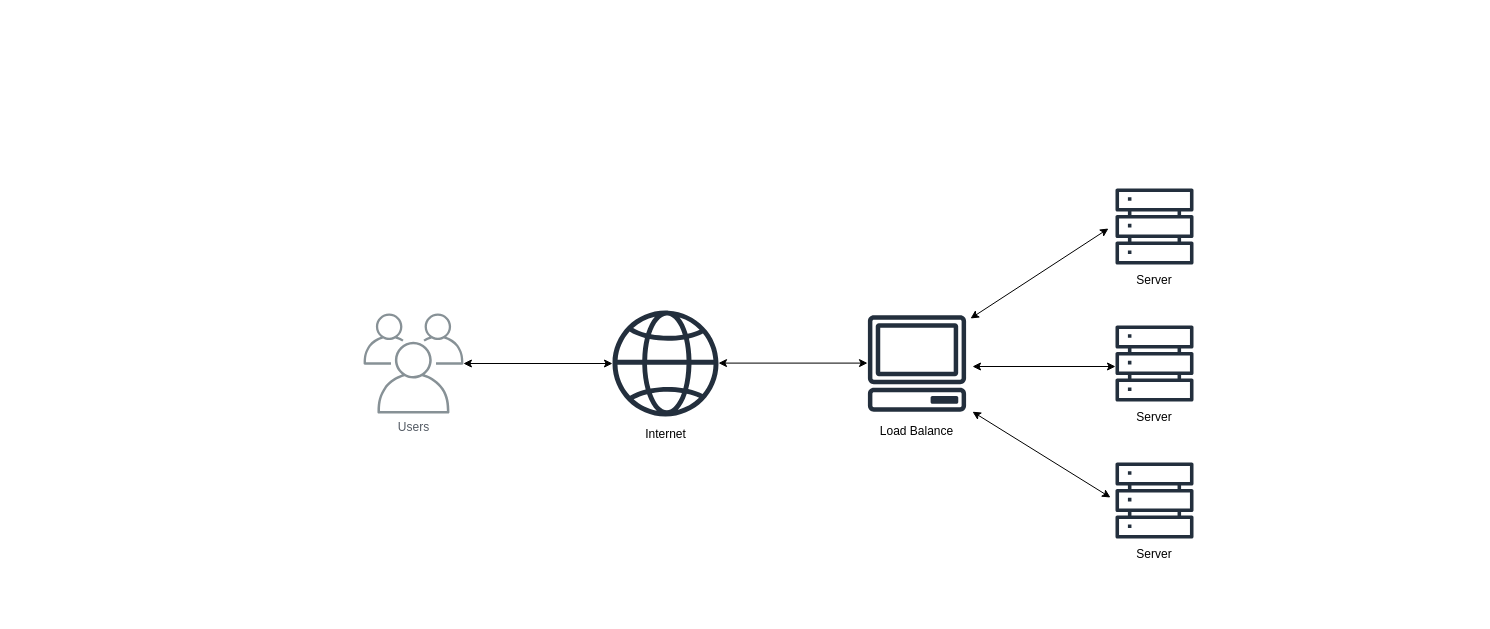
duy12i1i7/draw.io keeps this draw.io diagram as sis.drawio. Above is the earlier version. Source tidied: cells renumbered, new cells numbered last; positions are measured from the earlier drawing's top-left corner, leaving out a move shared by most shapes. Both pictures are drawn from the tidied source at 100%, with x=0, y=0 at pixel (363, 187).
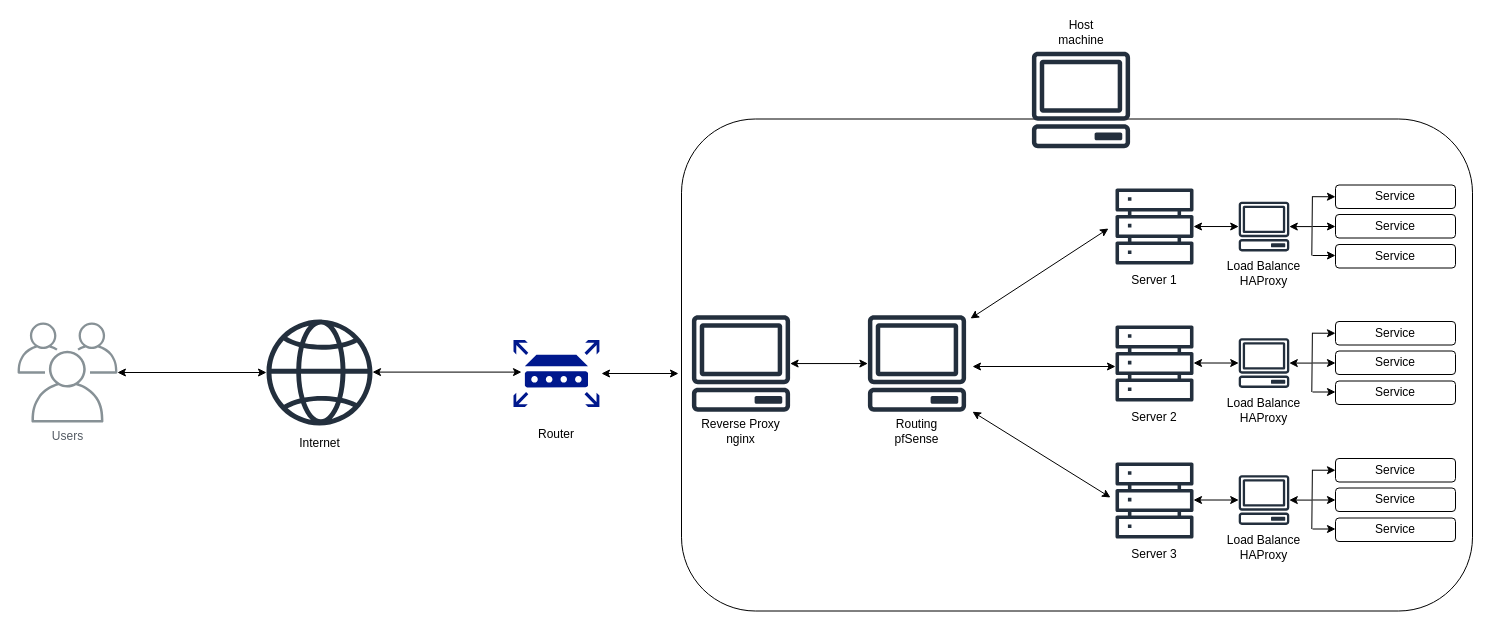
The same page after the edit.

Commit message:
Cập nhật sis.drawio

Unchanged cells that the change refers to:
```xml
<mxCell id="4" style="sketch=0;outlineConnect=0;fontColor=#232F3E;gradientColor=none;fillColor=#232F3D;strokeColor=none;dashed=0;verticalLabelPosition=bottom;verticalAlign=top;align=center;html=1;fontSize=12;fontStyle=0;shape=mxgraph.aws4.client;" parent="1" vertex="1">
  <mxGeometry x="504" y="127.8" width="99" height="96.5" as="geometry" />
</mxCell>
<mxCell id="5" style="sketch=0;outlineConnect=0;fontColor=#232F3E;gradientColor=none;fillColor=#232F3D;strokeColor=none;dashed=0;verticalLabelPosition=bottom;verticalAlign=top;align=center;html=1;fontSize=12;fontStyle=0;shape=mxgraph.aws4.servers;" parent="1" vertex="1">
  <mxGeometry x="752" width="78" height="78" as="geometry" />
</mxCell>
```

Diff of the diagram source:
```diff
@@
+    <mxCell id="18" style="rounded=1;whiteSpace=wrap;html=1;" parent="1" vertex="1">
+      <mxGeometry x="318" y="-68.5" width="791" height="492" as="geometry" />
+    </mxCell>
     <mxCell id="2" value="Users" style="sketch=0;outlineConnect=0;gradientColor=none;fontColor=#545B64;strokeColor=none;fillColor=#879196;dashed=0;verticalLabelPosition=bottom;verticalAlign=top;align=center;html=1;fontSize=12;fontStyle=0;shape=mxgraph.aws4.illustration_users;" parent="1" vertex="1">
-      <mxGeometry y="126" width="100" height="100" as="geometry" />
+      <mxGeometry x="-346" y="135" width="100" height="100" as="geometry" />
     </mxCell>
     <mxCell id="3" style="sketch=0;outlineConnect=0;fontColor=#232F3E;gradientColor=none;fillColor=#232F3D;strokeColor=none;dashed=0;verticalLabelPosition=bottom;verticalAlign=top;align=center;html=1;fontSize=12;fontStyle=0;shape=mxgraph.aws4.globe;" parent="1" vertex="1">
-      <mxGeometry x="249" y="123" width="106" height="106" as="geometry" />
+      <mxGeometry x="-97" y="132" width="106" height="106" as="geometry" />
     </mxCell>
@@
-    <mxCell id="8" value="Server" style="text;html=1;align=center;verticalAlign=middle;whiteSpace=wrap;rounded=0;" parent="1" vertex="1">
+    <mxCell id="8" value="Server 1" style="text;html=1;align=center;verticalAlign=middle;whiteSpace=wrap;rounded=0;" parent="1" vertex="1">
       <mxGeometry x="761" y="78" width="60" height="30" as="geometry" />
     </mxCell>
-    <mxCell id="9" value="Server" style="text;html=1;align=center;verticalAlign=middle;whiteSpace=wrap;rounded=0;" parent="1" vertex="1">
+    <mxCell id="9" value="Server 2" style="text;html=1;align=center;verticalAlign=middle;whiteSpace=wrap;rounded=0;" parent="1" vertex="1">
       <mxGeometry x="761" y="215" width="60" height="30" as="geometry" />
     </mxCell>
-    <mxCell id="10" value="Server" style="text;html=1;align=center;verticalAlign=middle;whiteSpace=wrap;rounded=0;" parent="1" vertex="1">
+    <mxCell id="10" value="Server 3" style="text;html=1;align=center;verticalAlign=middle;whiteSpace=wrap;rounded=0;" parent="1" vertex="1">
       <mxGeometry x="761" y="352" width="60" height="30" as="geometry" />
     </mxCell>
-    <mxCell id="11" value="Load Balance" style="text;html=1;align=center;verticalAlign=middle;whiteSpace=wrap;rounded=0;" parent="1" vertex="1">
+    <mxCell id="11" value="Routing&lt;div&gt;pfSense&lt;/div&gt;" style="text;html=1;align=center;verticalAlign=middle;whiteSpace=wrap;rounded=0;" parent="1" vertex="1">
       <mxGeometry x="511.2" y="229" width="84.5" height="30" as="geometry" />
     </mxCell>
@@
     <mxCell id="13" style="endArrow=classic;startArrow=classic;html=1;rounded=0;" parent="1" edge="1">
       <mxGeometry relative="1" as="geometry">
-        <mxPoint x="355" y="175.6" as="sourcePoint" />
-        <mxPoint x="504" y="175.6" as="targetPoint" />
+        <mxPoint x="9" y="184.6" as="sourcePoint" />
+        <mxPoint x="158" y="184.6" as="targetPoint" />
       </mxGeometry>
     </mxCell>
@@
     <mxCell id="17" value="Internet" style="text;html=1;align=center;verticalAlign=middle;whiteSpace=wrap;rounded=0;" parent="1" vertex="1">
-      <mxGeometry x="259.8" y="232" width="84.5" height="30" as="geometry" />
+      <mxGeometry x="-86.2" y="241" width="84.5" height="30" as="geometry" />
     </mxCell>
+    <mxCell id="19" style="sketch=0;shadow=0;dashed=0;html=1;strokeColor=none;labelPosition=center;verticalLabelPosition=bottom;verticalAlign=top;align=center;fillColor=#00188D;shape=mxgraph.mscae.enterprise.router;" parent="1" vertex="1">
+      <mxGeometry x="150" y="152.5" width="85.9" height="67" as="geometry" />
+    </mxCell>
+    <mxCell id="20" style="endArrow=classic;startArrow=classic;html=1;rounded=0;" parent="1" edge="1">
+      <mxGeometry relative="1" as="geometry">
+        <mxPoint x="238" y="186" as="sourcePoint" />
+        <mxPoint x="315" y="186" as="targetPoint" />
+      </mxGeometry>
+    </mxCell>
+    <mxCell id="21" value="Router" style="text;html=1;align=center;verticalAlign=middle;whiteSpace=wrap;rounded=0;" parent="1" vertex="1">
+      <mxGeometry x="163" y="232" width="60" height="30" as="geometry" />
+    </mxCell>
+    <mxCell id="22" value="Service" style="rounded=1;whiteSpace=wrap;html=1;" parent="1" vertex="1">
+      <mxGeometry x="972" y="-2.5" width="120" height="23.5" as="geometry" />
+    </mxCell>
+    <mxCell id="23" value="Service" style="rounded=1;whiteSpace=wrap;html=1;" parent="1" vertex="1">
+      <mxGeometry x="972" y="27" width="120" height="23.5" as="geometry" />
+    </mxCell>
+    <mxCell id="24" value="Service" style="rounded=1;whiteSpace=wrap;html=1;" parent="1" vertex="1">
+      <mxGeometry x="972" y="57" width="120" height="23.5" as="geometry" />
+    </mxCell>
+    <mxCell id="25" style="sketch=0;outlineConnect=0;fontColor=#232F3E;gradientColor=none;fillColor=#232F3D;strokeColor=none;dashed=0;verticalLabelPosition=bottom;verticalAlign=top;align=center;html=1;fontSize=12;fontStyle=0;shape=mxgraph.aws4.client;" parent="1" vertex="1">
+      <mxGeometry x="875" y="14.2" width="51" height="49.7" as="geometry" />
+    </mxCell>
+    <mxCell id="26" value="Load Balance&lt;div&gt;HAProxy&lt;/div&gt;" style="text;html=1;align=center;verticalAlign=middle;whiteSpace=wrap;rounded=0;" parent="1" vertex="1">
+      <mxGeometry x="858.2" y="71" width="84.5" height="30" as="geometry" />
+    </mxCell>
+    <mxCell id="27" style="endArrow=classic;startArrow=classic;html=1;rounded=0;" parent="1" edge="1" source="5" target="25">
+      <mxGeometry relative="1" as="geometry" />
+    </mxCell>
+    <mxCell id="28" style="endArrow=classic;html=1;rounded=0;exitX=0.723;exitY=0.183;exitDx=0;exitDy=0;exitPerimeter=0;" parent="1" edge="1" target="25">
+      <mxGeometry relative="1" as="geometry">
+        <mxPoint x="948.3" y="39.1" as="sourcePoint" />
+      </mxGeometry>
+    </mxCell>
+    <mxCell id="29" style="endArrow=classic;html=1;rounded=0;entryX=0;entryY=0.5;entryDx=0;entryDy=0;exitX=0.724;exitY=0.114;exitDx=0;exitDy=0;exitPerimeter=0;" parent="1" edge="1" target="22">
+      <mxGeometry relative="1" as="geometry">
+        <mxPoint x="948.9" y="9.2" as="sourcePoint" />
+      </mxGeometry>
+    </mxCell>
+    <mxCell id="30" style="endArrow=classic;html=1;rounded=0;entryX=0;entryY=0.5;entryDx=0;entryDy=0;exitX=0.724;exitY=0.114;exitDx=0;exitDy=0;exitPerimeter=0;" parent="1" edge="1">
+      <mxGeometry relative="1" as="geometry">
+        <mxPoint x="949" y="39" as="sourcePoint" />
+        <mxPoint x="972" y="39" as="targetPoint" />
+      </mxGeometry>
+    </mxCell>
+    <mxCell id="31" style="endArrow=classic;html=1;rounded=0;entryX=0;entryY=0.5;entryDx=0;entryDy=0;exitX=0.724;exitY=0.114;exitDx=0;exitDy=0;exitPerimeter=0;" parent="1" edge="1">
+      <mxGeometry relative="1" as="geometry">
+        <mxPoint x="949" y="68" as="sourcePoint" />
+        <mxPoint x="972" y="68" as="targetPoint" />
+      </mxGeometry>
+    </mxCell>
+    <mxCell id="32" style="endArrow=none;html=1;rounded=0;entryX=0.724;entryY=0.113;entryDx=0;entryDy=0;entryPerimeter=0;exitX=0.723;exitY=0.25;exitDx=0;exitDy=0;exitPerimeter=0;" parent="1" edge="1">
+      <mxGeometry relative="1" as="geometry">
+        <mxPoint x="948.3" y="68" as="sourcePoint" />
+        <mxPoint x="948.9" y="8.8" as="targetPoint" />
+      </mxGeometry>
+    </mxCell>
+    <mxCell id="33" value="Service" style="rounded=1;whiteSpace=wrap;html=1;" parent="1" vertex="1">
+      <mxGeometry x="972" y="134" width="120" height="23.5" as="geometry" />
+    </mxCell>
+    <mxCell id="34" value="Service" style="rounded=1;whiteSpace=wrap;html=1;" parent="1" vertex="1">
+      <mxGeometry x="972" y="163.5" width="120" height="23.5" as="geometry" />
+    </mxCell>
+    <mxCell id="35" value="Service" style="rounded=1;whiteSpace=wrap;html=1;" parent="1" vertex="1">
+      <mxGeometry x="972" y="193.5" width="120" height="23.5" as="geometry" />
+    </mxCell>
+    <mxCell id="36" style="sketch=0;outlineConnect=0;fontColor=#232F3E;gradientColor=none;fillColor=#232F3D;strokeColor=none;dashed=0;verticalLabelPosition=bottom;verticalAlign=top;align=center;html=1;fontSize=12;fontStyle=0;shape=mxgraph.aws4.client;" parent="1" vertex="1">
+      <mxGeometry x="875" y="150.7" width="51" height="49.7" as="geometry" />
+    </mxCell>
+    <mxCell id="37" value="Load Balance&lt;div&gt;HAProxy&lt;/div&gt;" style="text;html=1;align=center;verticalAlign=middle;whiteSpace=wrap;rounded=0;" parent="1" vertex="1">
+      <mxGeometry x="858.2" y="207.5" width="84.5" height="30" as="geometry" />
+    </mxCell>
+    <mxCell id="38" style="endArrow=classic;startArrow=classic;html=1;rounded=0;" parent="1" edge="1" target="36">
+      <mxGeometry relative="1" as="geometry">
+        <mxPoint x="830" y="175.5" as="sourcePoint" />
+      </mxGeometry>
+    </mxCell>
+    <mxCell id="39" style="endArrow=classic;html=1;rounded=0;exitX=0.723;exitY=0.183;exitDx=0;exitDy=0;exitPerimeter=0;" parent="1" edge="1" target="36">
+      <mxGeometry relative="1" as="geometry">
+        <mxPoint x="948.3" y="175.6" as="sourcePoint" />
+      </mxGeometry>
+    </mxCell>
+    <mxCell id="40" style="endArrow=classic;html=1;rounded=0;entryX=0;entryY=0.5;entryDx=0;entryDy=0;exitX=0.724;exitY=0.114;exitDx=0;exitDy=0;exitPerimeter=0;" parent="1" edge="1" target="33">
+      <mxGeometry relative="1" as="geometry">
+        <mxPoint x="948.9" y="145.7" as="sourcePoint" />
+      </mxGeometry>
+    </mxCell>
+    <mxCell id="41" style="endArrow=classic;html=1;rounded=0;entryX=0;entryY=0.5;entryDx=0;entryDy=0;exitX=0.724;exitY=0.114;exitDx=0;exitDy=0;exitPerimeter=0;" parent="1" edge="1">
+      <mxGeometry relative="1" as="geometry">
+        <mxPoint x="949" y="175.5" as="sourcePoint" />
+        <mxPoint x="972" y="175.5" as="targetPoint" />
+      </mxGeometry>
+    </mxCell>
+    <mxCell id="42" style="endArrow=classic;html=1;rounded=0;entryX=0;entryY=0.5;entryDx=0;entryDy=0;exitX=0.724;exitY=0.114;exitDx=0;exitDy=0;exitPerimeter=0;" parent="1" edge="1">
+      <mxGeometry relative="1" as="geometry">
+        <mxPoint x="949" y="204.5" as="sourcePoint" />
+        <mxPoint x="972" y="204.5" as="targetPoint" />
+      </mxGeometry>
+    </mxCell>
+    <mxCell id="43" style="endArrow=none;html=1;rounded=0;entryX=0.724;entryY=0.113;entryDx=0;entryDy=0;entryPerimeter=0;exitX=0.723;exitY=0.25;exitDx=0;exitDy=0;exitPerimeter=0;" parent="1" edge="1">
+      <mxGeometry relative="1" as="geometry">
+        <mxPoint x="948.3" y="204.5" as="sourcePoint" />
+        <mxPoint x="948.9" y="145.3" as="targetPoint" />
+      </mxGeometry>
+    </mxCell>
+    <mxCell id="44" value="Service" style="rounded=1;whiteSpace=wrap;html=1;" parent="1" vertex="1">
+      <mxGeometry x="972" y="271" width="120" height="23.5" as="geometry" />
+    </mxCell>
+    <mxCell id="45" value="Service" style="rounded=1;whiteSpace=wrap;html=1;" parent="1" vertex="1">
+      <mxGeometry x="972" y="300.5" width="120" height="23.5" as="geometry" />
+    </mxCell>
+    <mxCell id="46" value="Service" style="rounded=1;whiteSpace=wrap;html=1;" parent="1" vertex="1">
+      <mxGeometry x="972" y="330.5" width="120" height="23.5" as="geometry" />
+    </mxCell>
+    <mxCell id="47" style="sketch=0;outlineConnect=0;fontColor=#232F3E;gradientColor=none;fillColor=#232F3D;strokeColor=none;dashed=0;verticalLabelPosition=bottom;verticalAlign=top;align=center;html=1;fontSize=12;fontStyle=0;shape=mxgraph.aws4.client;" parent="1" vertex="1">
+      <mxGeometry x="875" y="287.7" width="51" height="49.7" as="geometry" />
+    </mxCell>
+    <mxCell id="48" value="Load Balance&lt;div&gt;HAProxy&lt;/div&gt;" style="text;html=1;align=center;verticalAlign=middle;whiteSpace=wrap;rounded=0;" parent="1" vertex="1">
+      <mxGeometry x="858.2" y="344.5" width="84.5" height="30" as="geometry" />
+    </mxCell>
+    <mxCell id="49" style="endArrow=classic;startArrow=classic;html=1;rounded=0;" parent="1" edge="1" target="47">
+      <mxGeometry relative="1" as="geometry">
+        <mxPoint x="830" y="312.5" as="sourcePoint" />
+      </mxGeometry>
+    </mxCell>
+    <mxCell id="50" style="endArrow=classic;html=1;rounded=0;exitX=0.723;exitY=0.183;exitDx=0;exitDy=0;exitPerimeter=0;" parent="1" edge="1" target="47">
+      <mxGeometry relative="1" as="geometry">
+        <mxPoint x="948.3" y="312.6" as="sourcePoint" />
+      </mxGeometry>
+    </mxCell>
+    <mxCell id="51" style="endArrow=classic;html=1;rounded=0;entryX=0;entryY=0.5;entryDx=0;entryDy=0;exitX=0.724;exitY=0.114;exitDx=0;exitDy=0;exitPerimeter=0;" parent="1" edge="1" target="44">
+      <mxGeometry relative="1" as="geometry">
+        <mxPoint x="948.9" y="282.7" as="sourcePoint" />
+      </mxGeometry>
+    </mxCell>
+    <mxCell id="52" style="endArrow=classic;html=1;rounded=0;entryX=0;entryY=0.5;entryDx=0;entryDy=0;exitX=0.724;exitY=0.114;exitDx=0;exitDy=0;exitPerimeter=0;" parent="1" edge="1">
+      <mxGeometry relative="1" as="geometry">
+        <mxPoint x="949" y="312.5" as="sourcePoint" />
+        <mxPoint x="972" y="312.5" as="targetPoint" />
+      </mxGeometry>
+    </mxCell>
+    <mxCell id="53" style="endArrow=classic;html=1;rounded=0;entryX=0;entryY=0.5;entryDx=0;entryDy=0;exitX=0.724;exitY=0.114;exitDx=0;exitDy=0;exitPerimeter=0;" parent="1" edge="1">
+      <mxGeometry relative="1" as="geometry">
+        <mxPoint x="949" y="341.5" as="sourcePoint" />
+        <mxPoint x="972" y="341.5" as="targetPoint" />
+      </mxGeometry>
+    </mxCell>
+    <mxCell id="54" style="endArrow=none;html=1;rounded=0;entryX=0.724;entryY=0.113;entryDx=0;entryDy=0;entryPerimeter=0;exitX=0.723;exitY=0.25;exitDx=0;exitDy=0;exitPerimeter=0;" parent="1" edge="1">
+      <mxGeometry relative="1" as="geometry">
+        <mxPoint x="948.3" y="341.5" as="sourcePoint" />
+        <mxPoint x="948.9" y="282.3" as="targetPoint" />
+      </mxGeometry>
+    </mxCell>
+    <mxCell id="55" style="sketch=0;outlineConnect=0;fontColor=#232F3E;gradientColor=none;fillColor=#232F3D;strokeColor=none;dashed=0;verticalLabelPosition=bottom;verticalAlign=top;align=center;html=1;fontSize=12;fontStyle=0;shape=mxgraph.aws4.client;" parent="1" vertex="1">
+      <mxGeometry x="328" y="127.8" width="99" height="96.5" as="geometry" />
+    </mxCell>
+    <mxCell id="56" value="Reverse Proxy&lt;div&gt;nginx&lt;/div&gt;" style="text;html=1;align=center;verticalAlign=middle;whiteSpace=wrap;rounded=0;" parent="1" vertex="1">
+      <mxGeometry x="335.2" y="229" width="84.5" height="30" as="geometry" />
+    </mxCell>
+    <mxCell id="57" style="endArrow=classic;startArrow=classic;html=1;rounded=0;" parent="1" edge="1" source="55" target="4">
+      <mxGeometry relative="1" as="geometry" />
+    </mxCell>
+    <mxCell id="58" style="group;" parent="1" vertex="1">
+      <mxGeometry x="668" y="-170.5" width="99" height="131.2" as="geometry" />
+    </mxCell>
+    <mxCell id="59" style="sketch=0;fontColor=#232F3E;gradientColor=none;fillColor=#232F3D;strokeColor=none;dashed=0;verticalLabelPosition=bottom;verticalAlign=top;align=center;html=1;fontSize=12;fontStyle=0;shape=mxgraph.aws4.client;" parent="58" vertex="1">
+      <mxGeometry y="34.8" width="99" height="96.5" as="geometry" />
+    </mxCell>
+    <mxCell id="60" value="Host machine" style="text;html=1;align=center;verticalAlign=middle;whiteSpace=wrap;rounded=0;" parent="58" vertex="1">
+      <mxGeometry x="19.5" width="60" height="30" as="geometry" />
+    </mxCell>
```
